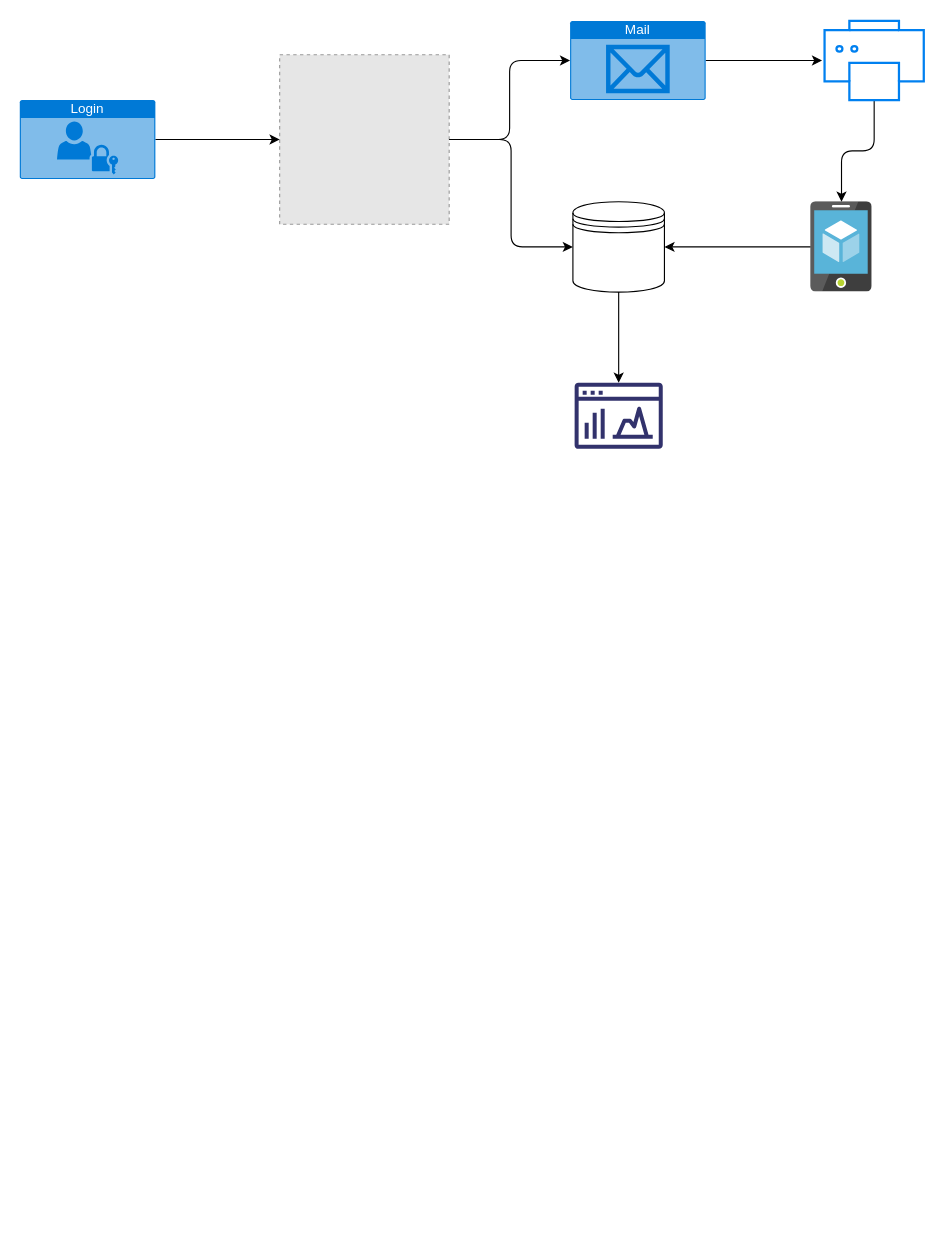
This is project_menu.drawio from bergatwerbb/draw, a draw.io file, before an edit. Source tidied: cells renumbered, new cells numbered last; positions are measured from the earlier drawing's top-left corner, leaving out a move shared by most shapes. Both pictures are drawn from the tidied source at 113%, with x=0, y=0 at pixel (19, 20). Pictures stored in the file or linked from it are replaced by grey dashed boxes.
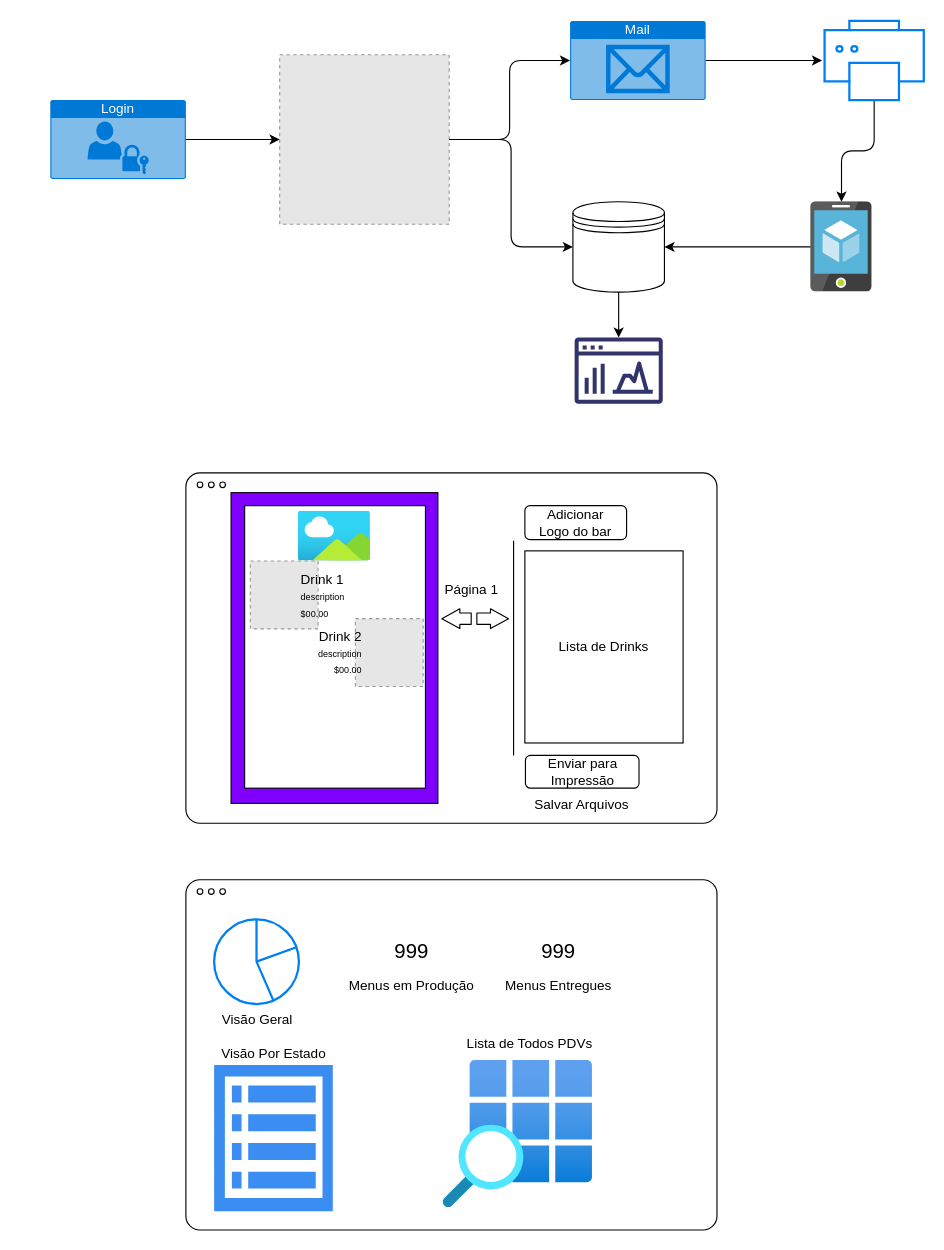
After the change.

Diff of the diagram source:
```diff
@@
     <mxCell id="5" value="Login" style="html=1;whiteSpace=wrap;strokeColor=none;fillColor=#0079D6;labelPosition=center;verticalLabelPosition=middle;verticalAlign=top;align=center;fontSize=12;outlineConnect=0;spacingTop=-6;fontColor=#FFFFFF;sketch=0;shape=mxgraph.sitemap.login;" parent="1" vertex="1">
-      <mxGeometry y="70" width="120" height="70" as="geometry" />
+      <mxGeometry x="27" y="70" width="120" height="70" as="geometry" />
     </mxCell>
@@
     <mxCell id="10" style="sketch=0;outlineConnect=0;fontColor=#232F3E;gradientColor=none;fillColor=#32326C;strokeColor=none;dashed=0;verticalLabelPosition=bottom;verticalAlign=top;align=center;html=1;fontSize=12;fontStyle=0;shape=mxgraph.aws4.opensearch_dashboards;" parent="1" vertex="1">
-      <mxGeometry x="491" y="320" width="78" height="59" as="geometry" />
+      <mxGeometry x="491" y="280" width="78" height="59" as="geometry" />
     </mxCell>
@@
+    <mxCell id="16" style="rounded=1;whiteSpace=wrap;html=1;arcSize=4;" parent="1" vertex="1">
+      <mxGeometry x="147" y="400" width="470" height="310" as="geometry" />
+    </mxCell>
+    <mxCell id="17" style="ellipse;whiteSpace=wrap;html=1;" parent="1" vertex="1">
+      <mxGeometry x="157" y="408" width="5" height="5" as="geometry" />
+    </mxCell>
+    <mxCell id="18" style="ellipse;whiteSpace=wrap;html=1;" parent="1" vertex="1">
+      <mxGeometry x="167" y="408" width="5" height="5" as="geometry" />
+    </mxCell>
+    <mxCell id="19" style="ellipse;whiteSpace=wrap;html=1;" parent="1" vertex="1">
+      <mxGeometry x="177" y="408" width="5" height="5" as="geometry" />
+    </mxCell>
+    <mxCell id="20" style="rounded=0;whiteSpace=wrap;html=1;fillColor=#7F00FF;" parent="1" vertex="1">
+      <mxGeometry x="187" y="417.5" width="183" height="275" as="geometry" />
+    </mxCell>
+    <mxCell id="21" style="endArrow=none;html=1;" parent="1" edge="1">
+      <mxGeometry relative="1" as="geometry">
+        <mxPoint x="437" y="650" as="sourcePoint" />
+        <mxPoint x="437" y="460" as="targetPoint" />
+      </mxGeometry>
+    </mxCell>
+    <mxCell id="22" value="Página 1" style="text;html=1;align=center;verticalAlign=middle;whiteSpace=wrap;rounded=0;" parent="1" vertex="1">
+      <mxGeometry x="370" y="489" width="60" height="30" as="geometry" />
+    </mxCell>
+    <mxCell id="23" style="shape=flexArrow;endArrow=classic;html=1;endWidth=6.451612903225806;endSize=4.980645161290322;" parent="1" edge="1">
+      <mxGeometry relative="1" as="geometry">
+        <mxPoint x="404" y="529" as="sourcePoint" />
+        <mxPoint x="433" y="529" as="targetPoint" />
+      </mxGeometry>
+    </mxCell>
+    <mxCell id="24" style="shape=flexArrow;endArrow=classic;html=1;endWidth=6.451612903225806;endSize=4.980645161290322;" parent="1" edge="1">
+      <mxGeometry relative="1" as="geometry">
+        <mxPoint x="400" y="529" as="sourcePoint" />
+        <mxPoint x="373" y="529" as="targetPoint" />
+      </mxGeometry>
+    </mxCell>
+    <mxCell id="25" style="rounded=0;whiteSpace=wrap;html=1;" parent="1" vertex="1">
+      <mxGeometry x="199" y="429" width="160" height="250" as="geometry" />
+    </mxCell>
+    <mxCell id="26" style="image;html=1;align=center;fontSize=12;image=img/lib/azure2/general/Image.svg;" parent="1" vertex="1">
+      <mxGeometry x="246.5" y="434" width="64" height="44" as="geometry" />
+    </mxCell>
+    <mxCell id="27" style="fillColor=#E6E6E6;strokeColor=#999999;dashed=1;html=1;verticalAlign=top;verticalLabelPosition=bottom;labelBackgroundColor=#ffffff;" parent="1" vertex="1">
+      <mxGeometry x="204" y="478" width="60" height="60" as="geometry" />
+    </mxCell>
+    <mxCell id="28" value="&lt;font style=&quot;font-size: 12px;&quot;&gt;Drink 1&lt;/font&gt;&lt;div&gt;&lt;font style=&quot;font-size: 8px;&quot;&gt;description&lt;/font&gt;&lt;/div&gt;&lt;div&gt;&lt;font style=&quot;font-size: 8px;&quot;&gt;$00.00&lt;/font&gt;&lt;/div&gt;" style="text;html=1;align=left;verticalAlign=middle;whiteSpace=wrap;rounded=0;" parent="1" vertex="1">
+      <mxGeometry x="246.5" y="489" width="100.5" height="40" as="geometry" />
+    </mxCell>
+    <mxCell id="29" style="fillColor=#E6E6E6;strokeColor=#999999;dashed=1;html=1;verticalAlign=top;verticalLabelPosition=bottom;labelBackgroundColor=#ffffff;" parent="1" vertex="1">
+      <mxGeometry x="297" y="529" width="60" height="60" as="geometry" />
+    </mxCell>
+    <mxCell id="30" value="&lt;font style=&quot;font-size: 12px;&quot;&gt;Drink 2&lt;/font&gt;&lt;div&gt;&lt;font style=&quot;font-size: 8px;&quot;&gt;description&lt;/font&gt;&lt;/div&gt;&lt;div&gt;&lt;font style=&quot;font-size: 8px;&quot;&gt;$00.00&lt;/font&gt;&lt;/div&gt;" style="text;html=1;align=right;verticalAlign=middle;whiteSpace=wrap;rounded=0;" parent="1" vertex="1">
+      <mxGeometry x="204" y="539" width="100.5" height="40" as="geometry" />
+    </mxCell>
+    <mxCell id="31" style="rounded=1;whiteSpace=wrap;html=1;" parent="1" vertex="1">
+      <mxGeometry x="447" y="429" width="90" height="30" as="geometry" />
+    </mxCell>
+    <mxCell id="32" value="Adicionar Logo do bar" style="text;html=1;align=center;verticalAlign=middle;whiteSpace=wrap;rounded=0;" parent="1" vertex="1">
+      <mxGeometry x="452" y="429" width="80" height="30" as="geometry" />
+    </mxCell>
+    <mxCell id="33" value="Lista de Drinks" style="rounded=0;whiteSpace=wrap;html=1;" parent="1" vertex="1">
+      <mxGeometry x="447" y="469" width="140" height="170" as="geometry" />
+    </mxCell>
+    <mxCell id="34" value="Enviar para Impressão" style="rounded=1;whiteSpace=wrap;html=1;" parent="1" vertex="1">
+      <mxGeometry x="447.5" y="650" width="100.5" height="29" as="geometry" />
+    </mxCell>
+    <mxCell id="35" value="Salvar Arquivos" style="text;html=1;align=center;verticalAlign=middle;whiteSpace=wrap;rounded=0;" parent="1" vertex="1">
+      <mxGeometry x="446.2" y="679" width="103" height="30" as="geometry" />
+    </mxCell>
+    <mxCell id="36" style="rounded=1;whiteSpace=wrap;html=1;arcSize=4;" parent="1" vertex="1">
+      <mxGeometry x="147" y="760" width="470" height="310" as="geometry" />
+    </mxCell>
+    <mxCell id="37" style="ellipse;whiteSpace=wrap;html=1;" parent="1" vertex="1">
+      <mxGeometry x="157" y="768" width="5" height="5" as="geometry" />
+    </mxCell>
+    <mxCell id="38" style="ellipse;whiteSpace=wrap;html=1;" parent="1" vertex="1">
+      <mxGeometry x="167" y="768" width="5" height="5" as="geometry" />
+    </mxCell>
+    <mxCell id="39" style="ellipse;whiteSpace=wrap;html=1;" parent="1" vertex="1">
+      <mxGeometry x="177" y="768" width="5" height="5" as="geometry" />
+    </mxCell>
+    <mxCell id="40" value="Visão Geral" style="html=1;verticalLabelPosition=bottom;align=center;labelBackgroundColor=#ffffff;verticalAlign=top;strokeWidth=2;strokeColor=#0080F0;shadow=0;dashed=0;shape=mxgraph.ios7.icons.pie_chart;" parent="1" vertex="1">
+      <mxGeometry x="172" y="795" width="75" height="75" as="geometry" />
+    </mxCell>
+    <mxCell id="41" value="&lt;font style=&quot;font-size: 18px;&quot;&gt;999&lt;/font&gt;" style="text;html=1;align=center;verticalAlign=middle;whiteSpace=wrap;rounded=0;" parent="1" vertex="1">
+      <mxGeometry x="317" y="809" width="60" height="30" as="geometry" />
+    </mxCell>
+    <mxCell id="42" value="Menus em Produção" style="text;html=1;align=center;verticalAlign=middle;whiteSpace=wrap;rounded=0;" parent="1" vertex="1">
+      <mxGeometry x="282" y="839" width="130" height="30" as="geometry" />
+    </mxCell>
+    <mxCell id="43" value="&lt;font style=&quot;font-size: 18px;&quot;&gt;999&lt;/font&gt;" style="text;html=1;align=center;verticalAlign=middle;whiteSpace=wrap;rounded=0;" parent="1" vertex="1">
+      <mxGeometry x="447" y="809" width="60" height="30" as="geometry" />
+    </mxCell>
+    <mxCell id="44" value="Menus Entregues" style="text;html=1;align=center;verticalAlign=middle;whiteSpace=wrap;rounded=0;" parent="1" vertex="1">
+      <mxGeometry x="412" y="839" width="130" height="30" as="geometry" />
+    </mxCell>
+    <mxCell id="45" style="sketch=0;html=1;strokeColor=none;shadow=0;fillColor=#3B8DF1;verticalAlign=top;labelPosition=center;verticalLabelPosition=bottom;shape=mxgraph.gcp2.view_list;" parent="1" vertex="1">
+      <mxGeometry x="172" y="923.9" width="105" height="129.6" as="geometry" />
+    </mxCell>
+    <mxCell id="46" value="Visão Por Estado" style="text;html=1;align=center;verticalAlign=middle;whiteSpace=wrap;rounded=0;" parent="1" vertex="1">
+      <mxGeometry x="154.5" y="899" width="140" height="30" as="geometry" />
+    </mxCell>
+    <mxCell id="47" style="image;html=1;align=center;fontSize=12;image=img/lib/azure2/general/Resource_Group_List.svg;" parent="1" vertex="1">
+      <mxGeometry x="374.6" y="920" width="132.4" height="130.4" as="geometry" />
+    </mxCell>
+    <mxCell id="48" value="Lista de Todos PDVs" style="text;html=1;align=center;verticalAlign=middle;whiteSpace=wrap;rounded=0;" parent="1" vertex="1">
+      <mxGeometry x="387" y="890" width="128.8" height="30" as="geometry" />
+    </mxCell>
```
